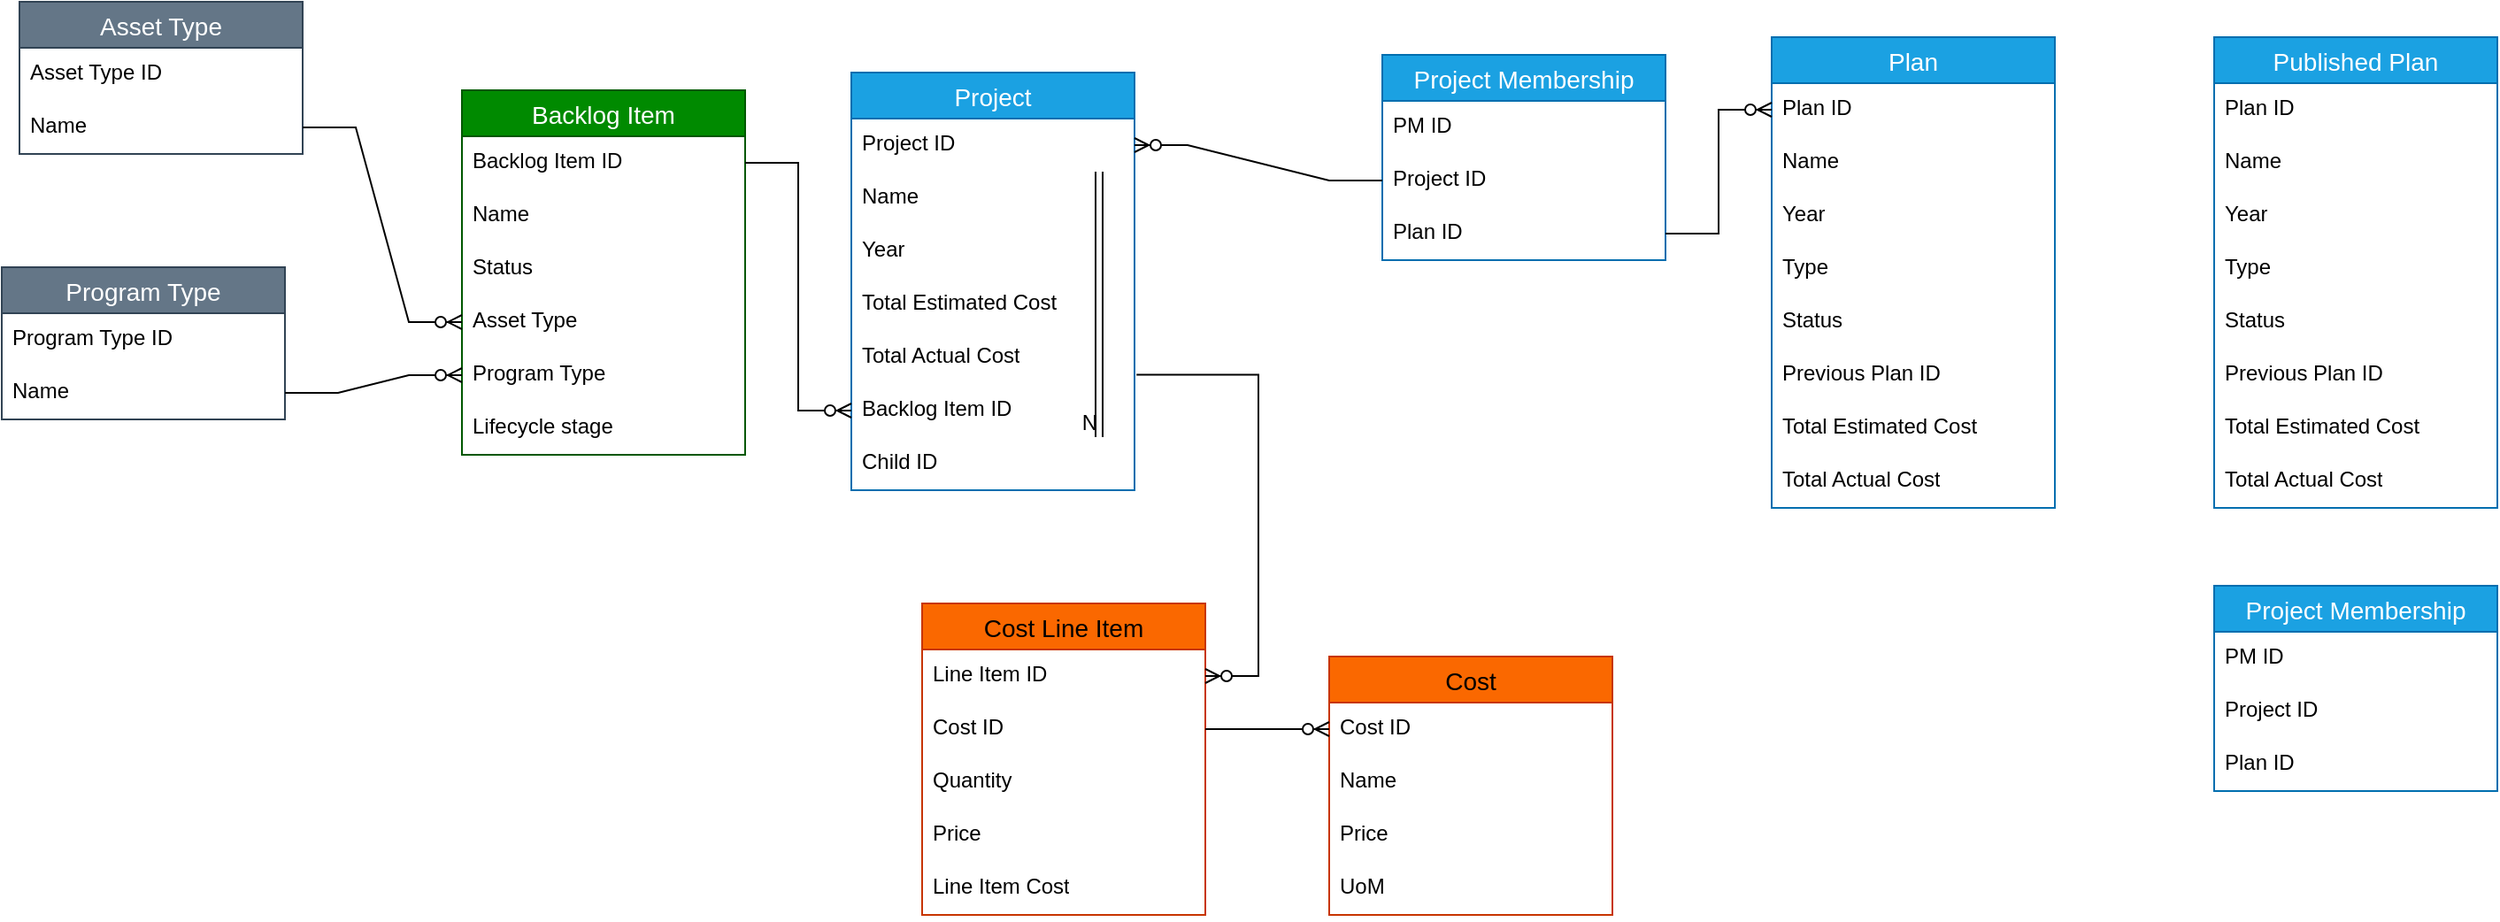
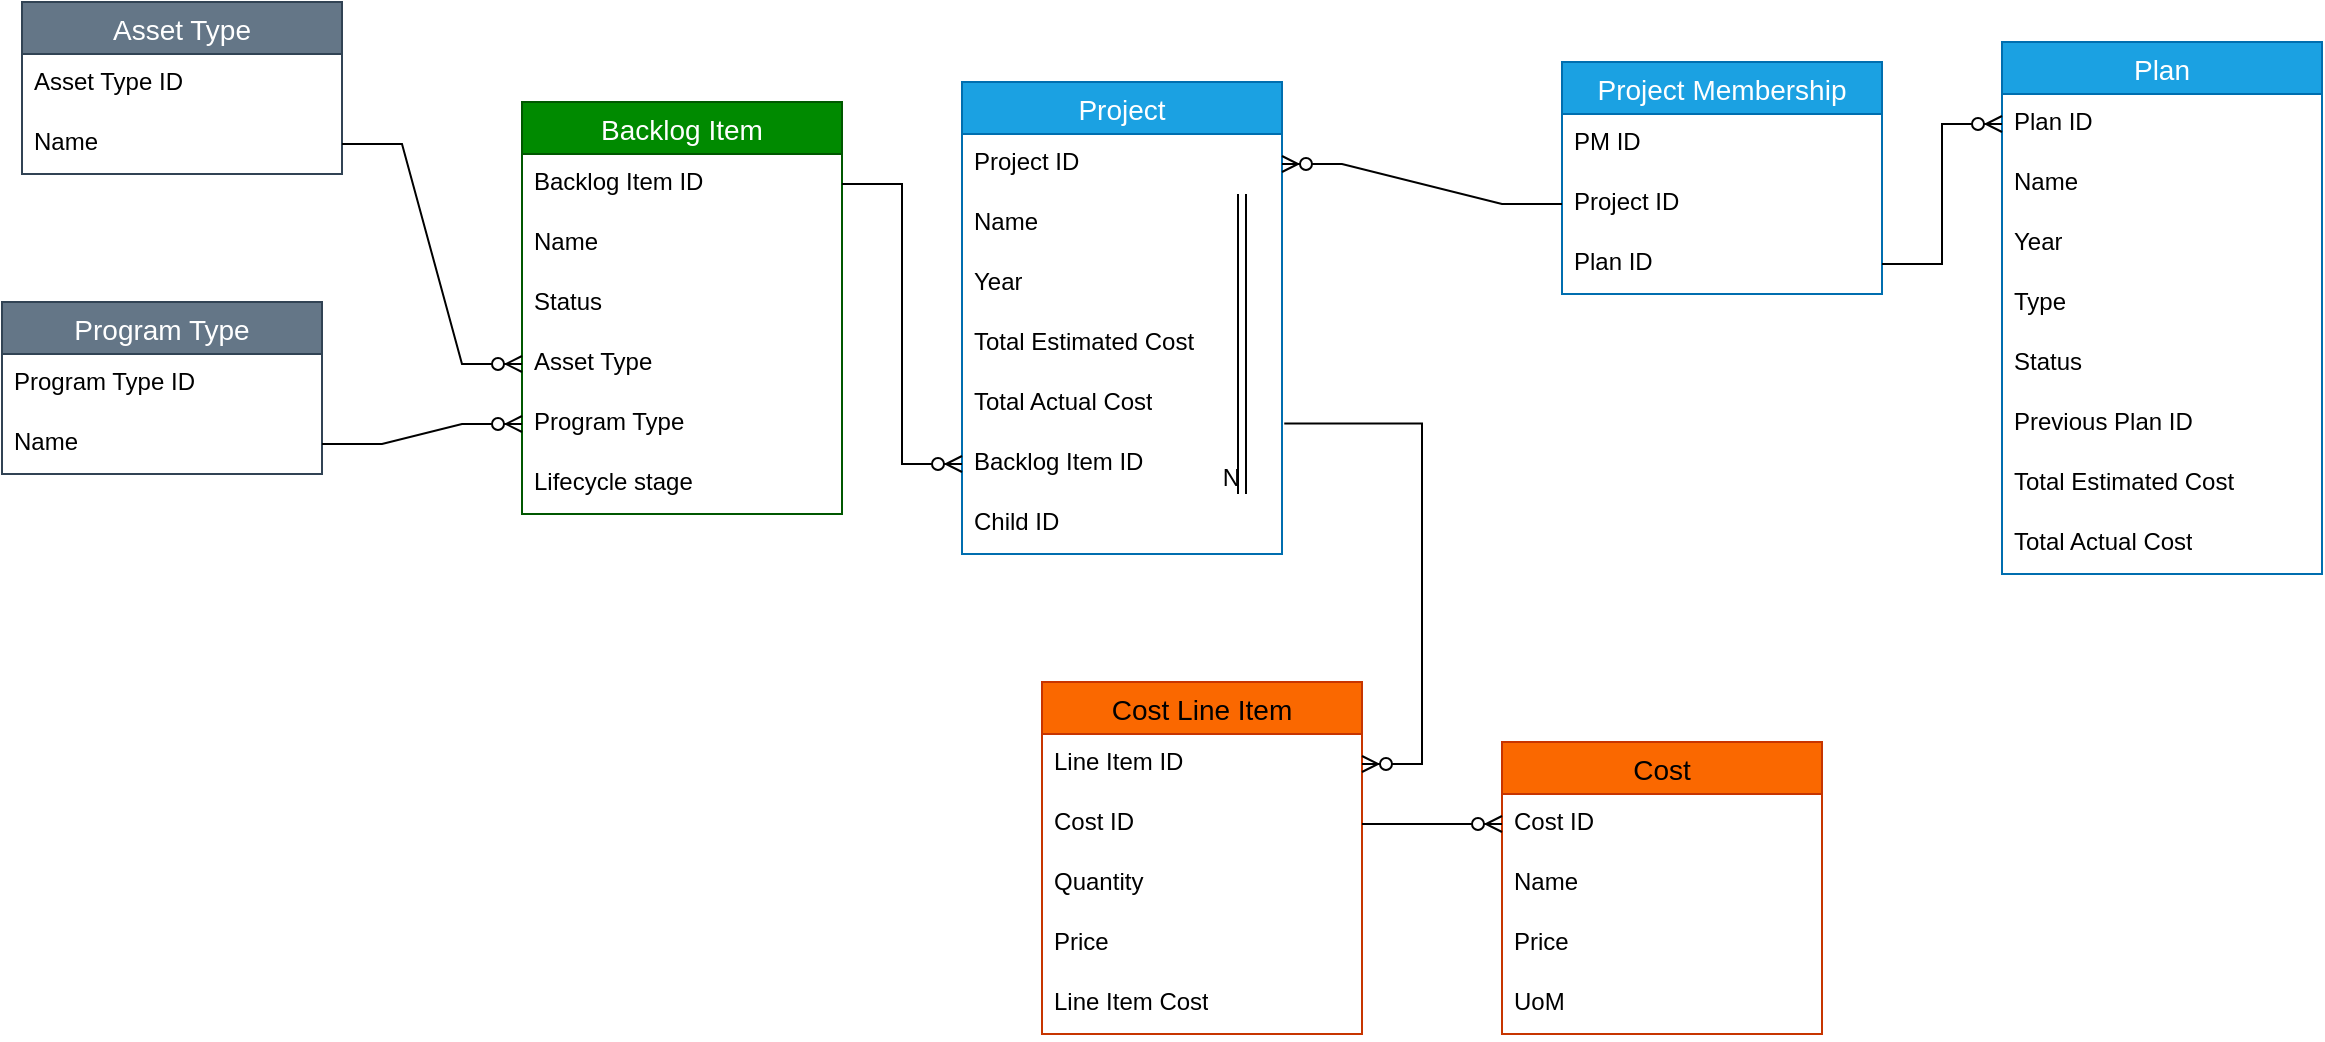
<mxfile host="app.diagrams.net" agent="Mozilla/5.0 (Windows NT 10.0; Win64; x64; rv:152.0) Gecko/20100101 Firefox/152.0">
  <diagram name="Page-1" id="SS4VlzMvfaLE4J7oMdR6">
    <mxGraphModel dx="2028" dy="649" grid="1" gridSize="10" guides="1" tooltips="1" connect="1" arrows="1" fold="1" page="1" pageScale="1" pageWidth="850" pageHeight="1100" math="0" shadow="0">
      <root>
        <mxCell id="0" />
        <mxCell id="1" parent="0" />
        <mxCell id="-pVWP6vscBkAqgU3yTl7-28" parent="1" style="swimlane;fontStyle=0;childLayout=stackLayout;horizontal=1;startSize=26;horizontalStack=0;resizeParent=1;resizeParentMax=0;resizeLast=0;collapsible=1;marginBottom=0;align=center;fontSize=14;fillColor=#008a00;fontColor=#ffffff;strokeColor=#005700;" value="Backlog Item" vertex="1">
          <mxGeometry height="206" width="160" x="-180" y="300" as="geometry">
            <mxRectangle height="30" width="120" x="320" y="220" as="alternateBounds" />
          </mxGeometry>
        </mxCell>
        <mxCell id="-pVWP6vscBkAqgU3yTl7-29" parent="-pVWP6vscBkAqgU3yTl7-28" style="text;strokeColor=none;fillColor=none;spacingLeft=4;spacingRight=4;overflow=hidden;rotatable=0;points=[[0,0.5],[1,0.5]];portConstraint=eastwest;fontSize=12;whiteSpace=wrap;html=1;" value="Backlog Item ID" vertex="1">
          <mxGeometry height="30" width="160" y="26" as="geometry" />
        </mxCell>
        <mxCell id="-pVWP6vscBkAqgU3yTl7-30" parent="-pVWP6vscBkAqgU3yTl7-28" style="text;strokeColor=none;fillColor=none;spacingLeft=4;spacingRight=4;overflow=hidden;rotatable=0;points=[[0,0.5],[1,0.5]];portConstraint=eastwest;fontSize=12;whiteSpace=wrap;html=1;" value="Name" vertex="1">
          <mxGeometry height="30" width="160" y="56" as="geometry" />
        </mxCell>
        <mxCell id="-pVWP6vscBkAqgU3yTl7-31" parent="-pVWP6vscBkAqgU3yTl7-28" style="text;strokeColor=none;fillColor=none;spacingLeft=4;spacingRight=4;overflow=hidden;rotatable=0;points=[[0,0.5],[1,0.5]];portConstraint=eastwest;fontSize=12;whiteSpace=wrap;html=1;" value="Status" vertex="1">
          <mxGeometry height="30" width="160" y="86" as="geometry" />
        </mxCell>
        <mxCell id="-pVWP6vscBkAqgU3yTl7-32" parent="-pVWP6vscBkAqgU3yTl7-28" style="text;strokeColor=none;fillColor=none;spacingLeft=4;spacingRight=4;overflow=hidden;rotatable=0;points=[[0,0.5],[1,0.5]];portConstraint=eastwest;fontSize=12;whiteSpace=wrap;html=1;" value="Asset Type" vertex="1">
          <mxGeometry height="30" width="160" y="116" as="geometry" />
        </mxCell>
        <mxCell id="-pVWP6vscBkAqgU3yTl7-40" parent="-pVWP6vscBkAqgU3yTl7-28" style="text;strokeColor=none;fillColor=none;spacingLeft=4;spacingRight=4;overflow=hidden;rotatable=0;points=[[0,0.5],[1,0.5]];portConstraint=eastwest;fontSize=12;whiteSpace=wrap;html=1;" value="Program Type" vertex="1">
          <mxGeometry height="30" width="160" y="146" as="geometry" />
        </mxCell>
        <mxCell id="-pVWP6vscBkAqgU3yTl7-57" parent="-pVWP6vscBkAqgU3yTl7-28" style="text;strokeColor=none;fillColor=none;spacingLeft=4;spacingRight=4;overflow=hidden;rotatable=0;points=[[0,0.5],[1,0.5]];portConstraint=eastwest;fontSize=12;whiteSpace=wrap;html=1;" value="Lifecycle stage" vertex="1">
          <mxGeometry height="30" width="160" y="176" as="geometry" />
        </mxCell>
        <mxCell id="-pVWP6vscBkAqgU3yTl7-33" parent="1" style="swimlane;fontStyle=0;childLayout=stackLayout;horizontal=1;startSize=26;horizontalStack=0;resizeParent=1;resizeParentMax=0;resizeLast=0;collapsible=1;marginBottom=0;align=center;fontSize=14;fillColor=#647687;fontColor=#ffffff;strokeColor=#314354;" value="Asset Type" vertex="1">
          <mxGeometry height="86" width="160" x="-430" y="250" as="geometry" />
        </mxCell>
        <mxCell id="-pVWP6vscBkAqgU3yTl7-34" parent="-pVWP6vscBkAqgU3yTl7-33" style="text;strokeColor=none;fillColor=none;spacingLeft=4;spacingRight=4;overflow=hidden;rotatable=0;points=[[0,0.5],[1,0.5]];portConstraint=eastwest;fontSize=12;whiteSpace=wrap;html=1;" value="Asset Type ID" vertex="1">
          <mxGeometry height="30" width="160" y="26" as="geometry" />
        </mxCell>
        <mxCell id="-pVWP6vscBkAqgU3yTl7-35" parent="-pVWP6vscBkAqgU3yTl7-33" style="text;strokeColor=none;fillColor=none;spacingLeft=4;spacingRight=4;overflow=hidden;rotatable=0;points=[[0,0.5],[1,0.5]];portConstraint=eastwest;fontSize=12;whiteSpace=wrap;html=1;" value="Name" vertex="1">
          <mxGeometry height="30" width="160" y="56" as="geometry" />
        </mxCell>
        <mxCell id="-pVWP6vscBkAqgU3yTl7-39" edge="1" parent="1" source="-pVWP6vscBkAqgU3yTl7-35" style="edgeStyle=entityRelationEdgeStyle;fontSize=12;html=1;endArrow=ERzeroToMany;endFill=1;rounded=0;" target="-pVWP6vscBkAqgU3yTl7-32" value="">
          <mxGeometry height="100" relative="1" width="100" as="geometry">
            <mxPoint x="160" y="440" as="sourcePoint" />
            <mxPoint x="260" y="340" as="targetPoint" />
          </mxGeometry>
        </mxCell>
        <mxCell id="-pVWP6vscBkAqgU3yTl7-41" parent="1" style="swimlane;fontStyle=0;childLayout=stackLayout;horizontal=1;startSize=26;horizontalStack=0;resizeParent=1;resizeParentMax=0;resizeLast=0;collapsible=1;marginBottom=0;align=center;fontSize=14;fillColor=#647687;fontColor=#ffffff;strokeColor=#314354;" value="Program Type" vertex="1">
          <mxGeometry height="86" width="160" x="-440" y="400" as="geometry" />
        </mxCell>
        <mxCell id="-pVWP6vscBkAqgU3yTl7-42" parent="-pVWP6vscBkAqgU3yTl7-41" style="text;strokeColor=none;fillColor=none;spacingLeft=4;spacingRight=4;overflow=hidden;rotatable=0;points=[[0,0.5],[1,0.5]];portConstraint=eastwest;fontSize=12;whiteSpace=wrap;html=1;" value="Program Type ID" vertex="1">
          <mxGeometry height="30" width="160" y="26" as="geometry" />
        </mxCell>
        <mxCell id="-pVWP6vscBkAqgU3yTl7-43" parent="-pVWP6vscBkAqgU3yTl7-41" style="text;strokeColor=none;fillColor=none;spacingLeft=4;spacingRight=4;overflow=hidden;rotatable=0;points=[[0,0.5],[1,0.5]];portConstraint=eastwest;fontSize=12;whiteSpace=wrap;html=1;" value="Name" vertex="1">
          <mxGeometry height="30" width="160" y="56" as="geometry" />
        </mxCell>
        <mxCell id="-pVWP6vscBkAqgU3yTl7-44" edge="1" parent="1" source="-pVWP6vscBkAqgU3yTl7-43" style="edgeStyle=entityRelationEdgeStyle;fontSize=12;html=1;endArrow=ERzeroToMany;endFill=1;rounded=0;" target="-pVWP6vscBkAqgU3yTl7-40" value="">
          <mxGeometry height="100" relative="1" width="100" as="geometry">
            <mxPoint x="220" y="230" as="sourcePoint" />
            <mxPoint x="290" y="290" as="targetPoint" />
          </mxGeometry>
        </mxCell>
        <mxCell id="-pVWP6vscBkAqgU3yTl7-45" parent="1" style="swimlane;fontStyle=0;childLayout=stackLayout;horizontal=1;startSize=26;horizontalStack=0;resizeParent=1;resizeParentMax=0;resizeLast=0;collapsible=1;marginBottom=0;align=center;fontSize=14;fillColor=#1ba1e2;fontColor=#ffffff;strokeColor=#006EAF;" value="Project" vertex="1">
          <mxGeometry height="236" width="160" x="40" y="290" as="geometry" />
        </mxCell>
        <mxCell id="-pVWP6vscBkAqgU3yTl7-46" parent="-pVWP6vscBkAqgU3yTl7-45" style="text;strokeColor=none;fillColor=none;spacingLeft=4;spacingRight=4;overflow=hidden;rotatable=0;points=[[0,0.5],[1,0.5]];portConstraint=eastwest;fontSize=12;whiteSpace=wrap;html=1;" value="Project ID" vertex="1">
          <mxGeometry height="30" width="160" y="26" as="geometry" />
        </mxCell>
        <mxCell id="-pVWP6vscBkAqgU3yTl7-47" parent="-pVWP6vscBkAqgU3yTl7-45" style="text;strokeColor=none;fillColor=none;spacingLeft=4;spacingRight=4;overflow=hidden;rotatable=0;points=[[0,0.5],[1,0.5]];portConstraint=eastwest;fontSize=12;whiteSpace=wrap;html=1;" value="Name" vertex="1">
          <mxGeometry height="30" width="160" y="56" as="geometry" />
        </mxCell>
        <mxCell id="-pVWP6vscBkAqgU3yTl7-48" parent="-pVWP6vscBkAqgU3yTl7-45" style="text;strokeColor=none;fillColor=none;spacingLeft=4;spacingRight=4;overflow=hidden;rotatable=0;points=[[0,0.5],[1,0.5]];portConstraint=eastwest;fontSize=12;whiteSpace=wrap;html=1;" value="Year" vertex="1">
          <mxGeometry height="30" width="160" y="86" as="geometry" />
        </mxCell>
        <mxCell id="-pVWP6vscBkAqgU3yTl7-88" edge="1" parent="-pVWP6vscBkAqgU3yTl7-45" style="shape=link;html=1;rounded=0;" value="">
          <mxGeometry relative="1" as="geometry">
            <mxPoint x="140" y="56" as="sourcePoint" />
            <mxPoint x="140" y="206" as="targetPoint" />
          </mxGeometry>
        </mxCell>
        <mxCell id="-pVWP6vscBkAqgU3yTl7-89" connectable="0" parent="-pVWP6vscBkAqgU3yTl7-88" style="resizable=0;html=1;whiteSpace=wrap;align=right;verticalAlign=bottom;" value="N" vertex="1">
          <mxGeometry relative="1" x="1" as="geometry" />
        </mxCell>
        <mxCell id="-pVWP6vscBkAqgU3yTl7-59" parent="-pVWP6vscBkAqgU3yTl7-45" style="text;strokeColor=none;fillColor=none;spacingLeft=4;spacingRight=4;overflow=hidden;rotatable=0;points=[[0,0.5],[1,0.5]];portConstraint=eastwest;fontSize=12;whiteSpace=wrap;html=1;" value="Total Estimated Cost" vertex="1">
          <mxGeometry height="30" width="160" y="116" as="geometry" />
        </mxCell>
        <mxCell id="-pVWP6vscBkAqgU3yTl7-58" parent="-pVWP6vscBkAqgU3yTl7-45" style="text;strokeColor=none;fillColor=none;spacingLeft=4;spacingRight=4;overflow=hidden;rotatable=0;points=[[0,0.5],[1,0.5]];portConstraint=eastwest;fontSize=12;whiteSpace=wrap;html=1;" value="Total Actual Cost" vertex="1">
          <mxGeometry height="30" width="160" y="146" as="geometry" />
        </mxCell>
        <mxCell id="-pVWP6vscBkAqgU3yTl7-62" parent="-pVWP6vscBkAqgU3yTl7-45" style="text;strokeColor=none;fillColor=none;spacingLeft=4;spacingRight=4;overflow=hidden;rotatable=0;points=[[0,0.5],[1,0.5]];portConstraint=eastwest;fontSize=12;whiteSpace=wrap;html=1;" value="Backlog Item ID" vertex="1">
          <mxGeometry height="30" width="160" y="176" as="geometry" />
        </mxCell>
        <mxCell id="-pVWP6vscBkAqgU3yTl7-83" parent="-pVWP6vscBkAqgU3yTl7-45" style="text;strokeColor=none;fillColor=none;spacingLeft=4;spacingRight=4;overflow=hidden;rotatable=0;points=[[0,0.5],[1,0.5]];portConstraint=eastwest;fontSize=12;whiteSpace=wrap;html=1;" value="Child ID" vertex="1">
          <mxGeometry height="30" width="160" y="206" as="geometry" />
        </mxCell>
        <mxCell id="-pVWP6vscBkAqgU3yTl7-49" parent="1" style="swimlane;fontStyle=0;childLayout=stackLayout;horizontal=1;startSize=26;horizontalStack=0;resizeParent=1;resizeParentMax=0;resizeLast=0;collapsible=1;marginBottom=0;align=center;fontSize=14;fillColor=#1ba1e2;fontColor=#ffffff;strokeColor=#006EAF;" value="Plan" vertex="1">
          <mxGeometry height="266" width="160" x="560" y="270" as="geometry" />
        </mxCell>
        <mxCell id="-pVWP6vscBkAqgU3yTl7-50" parent="-pVWP6vscBkAqgU3yTl7-49" style="text;strokeColor=none;fillColor=none;spacingLeft=4;spacingRight=4;overflow=hidden;rotatable=0;points=[[0,0.5],[1,0.5]];portConstraint=eastwest;fontSize=12;whiteSpace=wrap;html=1;" value="Plan ID" vertex="1">
          <mxGeometry height="30" width="160" y="26" as="geometry" />
        </mxCell>
        <mxCell id="-pVWP6vscBkAqgU3yTl7-51" parent="-pVWP6vscBkAqgU3yTl7-49" style="text;strokeColor=none;fillColor=none;spacingLeft=4;spacingRight=4;overflow=hidden;rotatable=0;points=[[0,0.5],[1,0.5]];portConstraint=eastwest;fontSize=12;whiteSpace=wrap;html=1;" value="Name" vertex="1">
          <mxGeometry height="30" width="160" y="56" as="geometry" />
        </mxCell>
        <mxCell id="-pVWP6vscBkAqgU3yTl7-52" parent="-pVWP6vscBkAqgU3yTl7-49" style="text;strokeColor=none;fillColor=none;spacingLeft=4;spacingRight=4;overflow=hidden;rotatable=0;points=[[0,0.5],[1,0.5]];portConstraint=eastwest;fontSize=12;whiteSpace=wrap;html=1;" value="Year" vertex="1">
          <mxGeometry height="30" width="160" y="86" as="geometry" />
        </mxCell>
        <mxCell id="-pVWP6vscBkAqgU3yTl7-66" parent="-pVWP6vscBkAqgU3yTl7-49" style="text;strokeColor=none;fillColor=none;spacingLeft=4;spacingRight=4;overflow=hidden;rotatable=0;points=[[0,0.5],[1,0.5]];portConstraint=eastwest;fontSize=12;whiteSpace=wrap;html=1;" value="&lt;div&gt;Type&lt;/div&gt;" vertex="1">
          <mxGeometry height="30" width="160" y="116" as="geometry" />
        </mxCell>
        <mxCell id="-pVWP6vscBkAqgU3yTl7-65" parent="-pVWP6vscBkAqgU3yTl7-49" style="text;strokeColor=none;fillColor=none;spacingLeft=4;spacingRight=4;overflow=hidden;rotatable=0;points=[[0,0.5],[1,0.5]];portConstraint=eastwest;fontSize=12;whiteSpace=wrap;html=1;" value="Status" vertex="1">
          <mxGeometry height="30" width="160" y="146" as="geometry" />
        </mxCell>
        <mxCell id="-pVWP6vscBkAqgU3yTl7-67" parent="-pVWP6vscBkAqgU3yTl7-49" style="text;strokeColor=none;fillColor=none;spacingLeft=4;spacingRight=4;overflow=hidden;rotatable=0;points=[[0,0.5],[1,0.5]];portConstraint=eastwest;fontSize=12;whiteSpace=wrap;html=1;" value="Previous Plan ID" vertex="1">
          <mxGeometry height="30" width="160" y="176" as="geometry" />
        </mxCell>
        <mxCell id="-pVWP6vscBkAqgU3yTl7-81" parent="-pVWP6vscBkAqgU3yTl7-49" style="text;strokeColor=none;fillColor=none;spacingLeft=4;spacingRight=4;overflow=hidden;rotatable=0;points=[[0,0.5],[1,0.5]];portConstraint=eastwest;fontSize=12;whiteSpace=wrap;html=1;" value="Total Estimated Cost" vertex="1">
          <mxGeometry height="30" width="160" y="206" as="geometry" />
        </mxCell>
        <mxCell id="-pVWP6vscBkAqgU3yTl7-80" parent="-pVWP6vscBkAqgU3yTl7-49" style="text;strokeColor=none;fillColor=none;spacingLeft=4;spacingRight=4;overflow=hidden;rotatable=0;points=[[0,0.5],[1,0.5]];portConstraint=eastwest;fontSize=12;whiteSpace=wrap;html=1;" value="Total Actual Cost" vertex="1">
          <mxGeometry height="30" width="160" y="236" as="geometry" />
        </mxCell>
        <mxCell id="-pVWP6vscBkAqgU3yTl7-53" parent="1" style="swimlane;fontStyle=0;childLayout=stackLayout;horizontal=1;startSize=26;horizontalStack=0;resizeParent=1;resizeParentMax=0;resizeLast=0;collapsible=1;marginBottom=0;align=center;fontSize=14;fillColor=#1ba1e2;fontColor=#ffffff;strokeColor=#006EAF;" value="Project Membership" vertex="1">
          <mxGeometry height="116" width="160" x="340" y="280" as="geometry" />
        </mxCell>
        <mxCell id="-pVWP6vscBkAqgU3yTl7-54" parent="-pVWP6vscBkAqgU3yTl7-53" style="text;strokeColor=none;fillColor=none;spacingLeft=4;spacingRight=4;overflow=hidden;rotatable=0;points=[[0,0.5],[1,0.5]];portConstraint=eastwest;fontSize=12;whiteSpace=wrap;html=1;" value="&lt;div&gt;PM ID&lt;/div&gt;" vertex="1">
          <mxGeometry height="30" width="160" y="26" as="geometry" />
        </mxCell>
        <mxCell id="-pVWP6vscBkAqgU3yTl7-55" parent="-pVWP6vscBkAqgU3yTl7-53" style="text;strokeColor=none;fillColor=none;spacingLeft=4;spacingRight=4;overflow=hidden;rotatable=0;points=[[0,0.5],[1,0.5]];portConstraint=eastwest;fontSize=12;whiteSpace=wrap;html=1;" value="Project ID" vertex="1">
          <mxGeometry height="30" width="160" y="56" as="geometry" />
        </mxCell>
        <mxCell id="-pVWP6vscBkAqgU3yTl7-56" parent="-pVWP6vscBkAqgU3yTl7-53" style="text;strokeColor=none;fillColor=none;spacingLeft=4;spacingRight=4;overflow=hidden;rotatable=0;points=[[0,0.5],[1,0.5]];portConstraint=eastwest;fontSize=12;whiteSpace=wrap;html=1;" value="Plan ID" vertex="1">
          <mxGeometry height="30" width="160" y="86" as="geometry" />
        </mxCell>
        <mxCell id="-pVWP6vscBkAqgU3yTl7-60" edge="1" parent="1" source="-pVWP6vscBkAqgU3yTl7-29" style="edgeStyle=entityRelationEdgeStyle;fontSize=12;html=1;endArrow=ERzeroToMany;endFill=1;rounded=0;" target="-pVWP6vscBkAqgU3yTl7-62" value="">
          <mxGeometry height="100" relative="1" width="100" as="geometry">
            <mxPoint x="455" y="490" as="sourcePoint" />
            <mxPoint x="385" y="460" as="targetPoint" />
          </mxGeometry>
        </mxCell>
        <mxCell id="-pVWP6vscBkAqgU3yTl7-61" edge="1" parent="1" source="-pVWP6vscBkAqgU3yTl7-56" style="edgeStyle=entityRelationEdgeStyle;fontSize=12;html=1;endArrow=ERzeroToMany;endFill=1;rounded=0;" target="-pVWP6vscBkAqgU3yTl7-50" value="">
          <mxGeometry height="100" relative="1" width="100" as="geometry">
            <mxPoint x="470" y="463" as="sourcePoint" />
            <mxPoint x="390" y="273" as="targetPoint" />
          </mxGeometry>
        </mxCell>
        <mxCell id="-pVWP6vscBkAqgU3yTl7-64" edge="1" parent="1" source="-pVWP6vscBkAqgU3yTl7-55" style="edgeStyle=entityRelationEdgeStyle;fontSize=12;html=1;endArrow=ERzeroToMany;endFill=1;rounded=0;" target="-pVWP6vscBkAqgU3yTl7-46" value="">
          <mxGeometry height="100" relative="1" width="100" as="geometry">
            <mxPoint x="510" y="138" as="sourcePoint" />
            <mxPoint x="460" y="538" as="targetPoint" />
          </mxGeometry>
        </mxCell>
        <mxCell id="-pVWP6vscBkAqgU3yTl7-68" parent="1" style="swimlane;fontStyle=0;childLayout=stackLayout;horizontal=1;startSize=26;horizontalStack=0;resizeParent=1;resizeParentMax=0;resizeLast=0;collapsible=1;marginBottom=0;align=center;fontSize=14;fillColor=#fa6800;fontColor=#000000;strokeColor=#C73500;" value="Cost" vertex="1">
          <mxGeometry height="146" width="160" x="310" y="620" as="geometry" />
        </mxCell>
        <mxCell id="-pVWP6vscBkAqgU3yTl7-69" parent="-pVWP6vscBkAqgU3yTl7-68" style="text;strokeColor=none;fillColor=none;spacingLeft=4;spacingRight=4;overflow=hidden;rotatable=0;points=[[0,0.5],[1,0.5]];portConstraint=eastwest;fontSize=12;whiteSpace=wrap;html=1;" value="Cost ID" vertex="1">
          <mxGeometry height="30" width="160" y="26" as="geometry" />
        </mxCell>
        <mxCell id="-pVWP6vscBkAqgU3yTl7-70" parent="-pVWP6vscBkAqgU3yTl7-68" style="text;strokeColor=none;fillColor=none;spacingLeft=4;spacingRight=4;overflow=hidden;rotatable=0;points=[[0,0.5],[1,0.5]];portConstraint=eastwest;fontSize=12;whiteSpace=wrap;html=1;" value="Name" vertex="1">
          <mxGeometry height="30" width="160" y="56" as="geometry" />
        </mxCell>
        <mxCell id="-pVWP6vscBkAqgU3yTl7-71" parent="-pVWP6vscBkAqgU3yTl7-68" style="text;strokeColor=none;fillColor=none;spacingLeft=4;spacingRight=4;overflow=hidden;rotatable=0;points=[[0,0.5],[1,0.5]];portConstraint=eastwest;fontSize=12;whiteSpace=wrap;html=1;" value="Price" vertex="1">
          <mxGeometry height="30" width="160" y="86" as="geometry" />
        </mxCell>
        <mxCell id="-pVWP6vscBkAqgU3yTl7-72" parent="-pVWP6vscBkAqgU3yTl7-68" style="text;strokeColor=none;fillColor=none;spacingLeft=4;spacingRight=4;overflow=hidden;rotatable=0;points=[[0,0.5],[1,0.5]];portConstraint=eastwest;fontSize=12;whiteSpace=wrap;html=1;" value="UoM" vertex="1">
          <mxGeometry height="30" width="160" y="116" as="geometry" />
        </mxCell>
        <mxCell id="-pVWP6vscBkAqgU3yTl7-73" parent="1" style="swimlane;fontStyle=0;childLayout=stackLayout;horizontal=1;startSize=26;horizontalStack=0;resizeParent=1;resizeParentMax=0;resizeLast=0;collapsible=1;marginBottom=0;align=center;fontSize=14;fillColor=#fa6800;fontColor=#000000;strokeColor=#C73500;" value="Cost Line Item" vertex="1">
          <mxGeometry height="176" width="160" x="80" y="590" as="geometry" />
        </mxCell>
        <mxCell id="-pVWP6vscBkAqgU3yTl7-74" parent="-pVWP6vscBkAqgU3yTl7-73" style="text;strokeColor=none;fillColor=none;spacingLeft=4;spacingRight=4;overflow=hidden;rotatable=0;points=[[0,0.5],[1,0.5]];portConstraint=eastwest;fontSize=12;whiteSpace=wrap;html=1;" value="Line Item ID" vertex="1">
          <mxGeometry height="30" width="160" y="26" as="geometry" />
        </mxCell>
        <mxCell id="-pVWP6vscBkAqgU3yTl7-75" parent="-pVWP6vscBkAqgU3yTl7-73" style="text;strokeColor=none;fillColor=none;spacingLeft=4;spacingRight=4;overflow=hidden;rotatable=0;points=[[0,0.5],[1,0.5]];portConstraint=eastwest;fontSize=12;whiteSpace=wrap;html=1;" value="Cost ID" vertex="1">
          <mxGeometry height="30" width="160" y="56" as="geometry" />
        </mxCell>
        <mxCell id="-pVWP6vscBkAqgU3yTl7-76" parent="-pVWP6vscBkAqgU3yTl7-73" style="text;strokeColor=none;fillColor=none;spacingLeft=4;spacingRight=4;overflow=hidden;rotatable=0;points=[[0,0.5],[1,0.5]];portConstraint=eastwest;fontSize=12;whiteSpace=wrap;html=1;" value="Quantity" vertex="1">
          <mxGeometry height="30" width="160" y="86" as="geometry" />
        </mxCell>
        <mxCell id="-pVWP6vscBkAqgU3yTl7-78" parent="-pVWP6vscBkAqgU3yTl7-73" style="text;strokeColor=none;fillColor=none;spacingLeft=4;spacingRight=4;overflow=hidden;rotatable=0;points=[[0,0.5],[1,0.5]];portConstraint=eastwest;fontSize=12;whiteSpace=wrap;html=1;" value="Price" vertex="1">
          <mxGeometry height="30" width="160" y="116" as="geometry" />
        </mxCell>
        <mxCell id="-pVWP6vscBkAqgU3yTl7-79" parent="-pVWP6vscBkAqgU3yTl7-73" style="text;strokeColor=none;fillColor=none;spacingLeft=4;spacingRight=4;overflow=hidden;rotatable=0;points=[[0,0.5],[1,0.5]];portConstraint=eastwest;fontSize=12;whiteSpace=wrap;html=1;" value="Line Item Cost" vertex="1">
          <mxGeometry height="30" width="160" y="146" as="geometry" />
        </mxCell>
        <mxCell id="-pVWP6vscBkAqgU3yTl7-77" edge="1" parent="1" source="-pVWP6vscBkAqgU3yTl7-75" style="edgeStyle=entityRelationEdgeStyle;fontSize=12;html=1;endArrow=ERzeroToMany;endFill=1;rounded=0;" target="-pVWP6vscBkAqgU3yTl7-69" value="">
          <mxGeometry height="100" relative="1" width="100" as="geometry">
            <mxPoint x="440" y="496" as="sourcePoint" />
            <mxPoint x="300" y="476" as="targetPoint" />
          </mxGeometry>
        </mxCell>
        <mxCell id="-pVWP6vscBkAqgU3yTl7-82" edge="1" parent="1" source="-pVWP6vscBkAqgU3yTl7-58" style="edgeStyle=entityRelationEdgeStyle;fontSize=12;html=1;endArrow=ERzeroToMany;endFill=1;rounded=0;exitX=1.007;exitY=0.827;exitDx=0;exitDy=0;exitPerimeter=0;" target="-pVWP6vscBkAqgU3yTl7-74" value="">
          <mxGeometry height="100" relative="1" width="100" as="geometry">
            <mxPoint x="550" y="770" as="sourcePoint" />
            <mxPoint x="610" y="700" as="targetPoint" />
          </mxGeometry>
        </mxCell>
-         <mxCell id="-pVWP6vscBkAqgU3yTl7-90" parent="1" style="swimlane;fontStyle=0;childLayout=stackLayout;horizontal=1;startSize=26;horizontalStack=0;resizeParent=1;resizeParentMax=0;resizeLast=0;collapsible=1;marginBottom=0;align=center;fontSize=14;fillColor=#1ba1e2;fontColor=#ffffff;strokeColor=#006EAF;" value="Published Plan" vertex="1">
-           <mxGeometry height="266" width="160" x="810" y="270" as="geometry" />
-         </mxCell>
-         <mxCell id="-pVWP6vscBkAqgU3yTl7-91" parent="-pVWP6vscBkAqgU3yTl7-90" style="text;strokeColor=none;fillColor=none;spacingLeft=4;spacingRight=4;overflow=hidden;rotatable=0;points=[[0,0.5],[1,0.5]];portConstraint=eastwest;fontSize=12;whiteSpace=wrap;html=1;" value="Plan ID" vertex="1">
-           <mxGeometry height="30" width="160" y="26" as="geometry" />
-         </mxCell>
-         <mxCell id="-pVWP6vscBkAqgU3yTl7-92" parent="-pVWP6vscBkAqgU3yTl7-90" style="text;strokeColor=none;fillColor=none;spacingLeft=4;spacingRight=4;overflow=hidden;rotatable=0;points=[[0,0.5],[1,0.5]];portConstraint=eastwest;fontSize=12;whiteSpace=wrap;html=1;" value="Name" vertex="1">
-           <mxGeometry height="30" width="160" y="56" as="geometry" />
-         </mxCell>
-         <mxCell id="-pVWP6vscBkAqgU3yTl7-93" parent="-pVWP6vscBkAqgU3yTl7-90" style="text;strokeColor=none;fillColor=none;spacingLeft=4;spacingRight=4;overflow=hidden;rotatable=0;points=[[0,0.5],[1,0.5]];portConstraint=eastwest;fontSize=12;whiteSpace=wrap;html=1;" value="Year" vertex="1">
-           <mxGeometry height="30" width="160" y="86" as="geometry" />
-         </mxCell>
-         <mxCell id="-pVWP6vscBkAqgU3yTl7-94" parent="-pVWP6vscBkAqgU3yTl7-90" style="text;strokeColor=none;fillColor=none;spacingLeft=4;spacingRight=4;overflow=hidden;rotatable=0;points=[[0,0.5],[1,0.5]];portConstraint=eastwest;fontSize=12;whiteSpace=wrap;html=1;" value="&lt;div&gt;Type&lt;/div&gt;" vertex="1">
-           <mxGeometry height="30" width="160" y="116" as="geometry" />
-         </mxCell>
-         <mxCell id="-pVWP6vscBkAqgU3yTl7-95" parent="-pVWP6vscBkAqgU3yTl7-90" style="text;strokeColor=none;fillColor=none;spacingLeft=4;spacingRight=4;overflow=hidden;rotatable=0;points=[[0,0.5],[1,0.5]];portConstraint=eastwest;fontSize=12;whiteSpace=wrap;html=1;" value="Status" vertex="1">
-           <mxGeometry height="30" width="160" y="146" as="geometry" />
-         </mxCell>
-         <mxCell id="-pVWP6vscBkAqgU3yTl7-96" parent="-pVWP6vscBkAqgU3yTl7-90" style="text;strokeColor=none;fillColor=none;spacingLeft=4;spacingRight=4;overflow=hidden;rotatable=0;points=[[0,0.5],[1,0.5]];portConstraint=eastwest;fontSize=12;whiteSpace=wrap;html=1;" value="Previous Plan ID" vertex="1">
-           <mxGeometry height="30" width="160" y="176" as="geometry" />
-         </mxCell>
-         <mxCell id="-pVWP6vscBkAqgU3yTl7-97" parent="-pVWP6vscBkAqgU3yTl7-90" style="text;strokeColor=none;fillColor=none;spacingLeft=4;spacingRight=4;overflow=hidden;rotatable=0;points=[[0,0.5],[1,0.5]];portConstraint=eastwest;fontSize=12;whiteSpace=wrap;html=1;" value="Total Estimated Cost" vertex="1">
-           <mxGeometry height="30" width="160" y="206" as="geometry" />
-         </mxCell>
-         <mxCell id="-pVWP6vscBkAqgU3yTl7-98" parent="-pVWP6vscBkAqgU3yTl7-90" style="text;strokeColor=none;fillColor=none;spacingLeft=4;spacingRight=4;overflow=hidden;rotatable=0;points=[[0,0.5],[1,0.5]];portConstraint=eastwest;fontSize=12;whiteSpace=wrap;html=1;" value="Total Actual Cost" vertex="1">
-           <mxGeometry height="30" width="160" y="236" as="geometry" />
-         </mxCell>
-         <mxCell id="-pVWP6vscBkAqgU3yTl7-99" parent="1" style="swimlane;fontStyle=0;childLayout=stackLayout;horizontal=1;startSize=26;horizontalStack=0;resizeParent=1;resizeParentMax=0;resizeLast=0;collapsible=1;marginBottom=0;align=center;fontSize=14;fillColor=#1ba1e2;fontColor=#ffffff;strokeColor=#006EAF;" value="Project Membership" vertex="1">
-           <mxGeometry height="116" width="160" x="810" y="580" as="geometry" />
-         </mxCell>
-         <mxCell id="-pVWP6vscBkAqgU3yTl7-100" parent="-pVWP6vscBkAqgU3yTl7-99" style="text;strokeColor=none;fillColor=none;spacingLeft=4;spacingRight=4;overflow=hidden;rotatable=0;points=[[0,0.5],[1,0.5]];portConstraint=eastwest;fontSize=12;whiteSpace=wrap;html=1;" value="&lt;div&gt;PM ID&lt;/div&gt;" vertex="1">
-           <mxGeometry height="30" width="160" y="26" as="geometry" />
-         </mxCell>
-         <mxCell id="-pVWP6vscBkAqgU3yTl7-101" parent="-pVWP6vscBkAqgU3yTl7-99" style="text;strokeColor=none;fillColor=none;spacingLeft=4;spacingRight=4;overflow=hidden;rotatable=0;points=[[0,0.5],[1,0.5]];portConstraint=eastwest;fontSize=12;whiteSpace=wrap;html=1;" value="Project ID" vertex="1">
-           <mxGeometry height="30" width="160" y="56" as="geometry" />
-         </mxCell>
-         <mxCell id="-pVWP6vscBkAqgU3yTl7-102" parent="-pVWP6vscBkAqgU3yTl7-99" style="text;strokeColor=none;fillColor=none;spacingLeft=4;spacingRight=4;overflow=hidden;rotatable=0;points=[[0,0.5],[1,0.5]];portConstraint=eastwest;fontSize=12;whiteSpace=wrap;html=1;" value="Plan ID" vertex="1">
-           <mxGeometry height="30" width="160" y="86" as="geometry" />
-         </mxCell>
      </root>
    </mxGraphModel>
  </diagram>
</mxfile>
